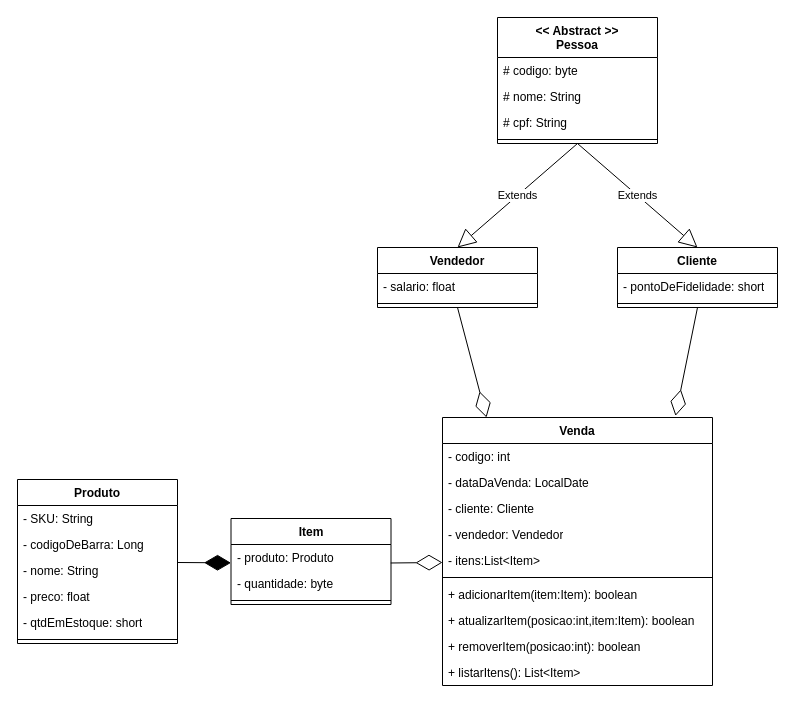
Before: loja_classdiagram.drawio in laurasultan/java, a draw.io diagram. Source tidied: cells renumbered, new cells numbered last; positions are measured from the earlier drawing's top-left corner, leaving out a move shared by most shapes. Both pictures are drawn from the tidied source at 100%, with x=0, y=0 at pixel (17, 17).
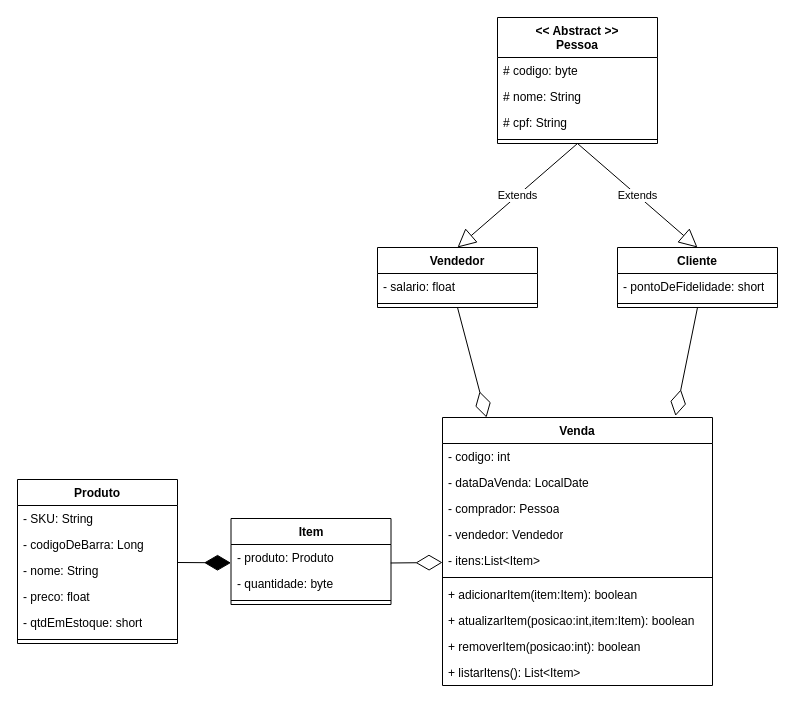
Above is the later version.

Unchanged cells that the change refers to:
```xml
<mxCell id="9" value="Venda" style="swimlane;fontStyle=1;align=center;verticalAlign=top;horizontal=1;startSize=26;whiteSpace=wrap;html=1;" parent="1" vertex="1">
  <mxGeometry x="425" y="400" width="270" height="268" as="geometry" />
</mxCell>
```

What changed in the source:
```diff
@@
-    <mxCell id="12" value="- cliente: Cliente" style="text;strokeColor=none;fillColor=none;align=left;verticalAlign=top;spacingLeft=4;spacingRight=4;overflow=hidden;whiteSpace=wrap;html=1;" parent="9" vertex="1">
+    <mxCell id="12" value="- comprador: Pessoa" style="text;strokeColor=none;fillColor=none;align=left;verticalAlign=top;spacingLeft=4;spacingRight=4;overflow=hidden;whiteSpace=wrap;html=1;" parent="9" vertex="1">
       <mxGeometry y="78" width="270" height="26" as="geometry" />
     </mxCell>
```
